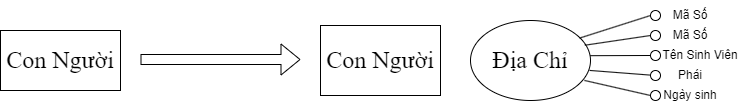
This is Luật thứ bảy(trên xuống).png from datnham0212/learning, a draw.io export, as it was before one commit. Source tidied: cells renumbered, new cells last; positions are measured from the earlier drawing's top-left corner, leaving out a move shared by most shapes.
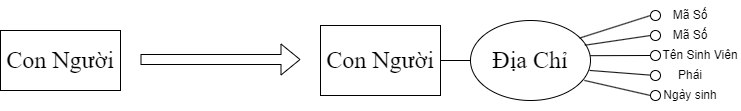
After the commit.

Diff of the diagram source:
```diff
@@ -75,5 +75,10 @@
     <mxCell id="22" value="Mã Số" style="text;html=1;strokeColor=none;fillColor=none;align=center;verticalAlign=middle;whiteSpace=wrap;rounded=0;" parent="1" vertex="1">
       <mxGeometry x="660" width="60" height="30" as="geometry" />
     </mxCell>
+    <mxCell id="23" style="endArrow=none;html=1;rounded=0;entryX=0;entryY=0.5;entryDx=0;entryDy=0;" parent="1" edge="1" target="17">
+      <mxGeometry relative="1" as="geometry">
+        <mxPoint x="440" y="60" as="sourcePoint" />
+      </mxGeometry>
+    </mxCell>
   </root>
 </mxGraphModel>
```
